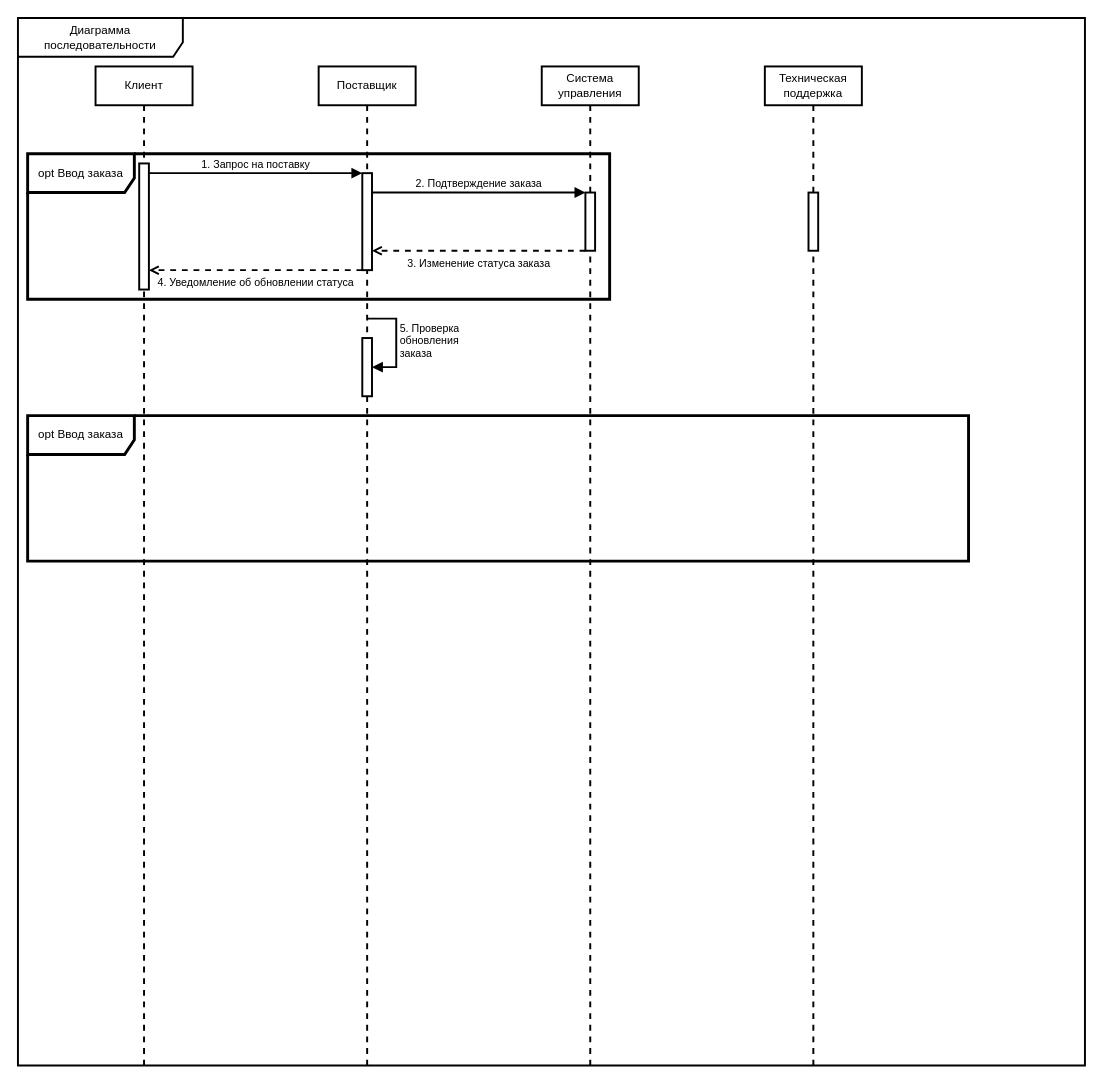
Before: page "Page-1" (1 of 3) of 4.drawio in Helpmepleaseitishard/Aikms, a draw.io diagram. Source tidied: cells renumbered, new cells numbered last; positions are measured from the earlier drawing's top-left corner, leaving out a move shared by most shapes. Both pictures are drawn from the tidied source at 97%, with x=0, y=0 at pixel (17, 17).
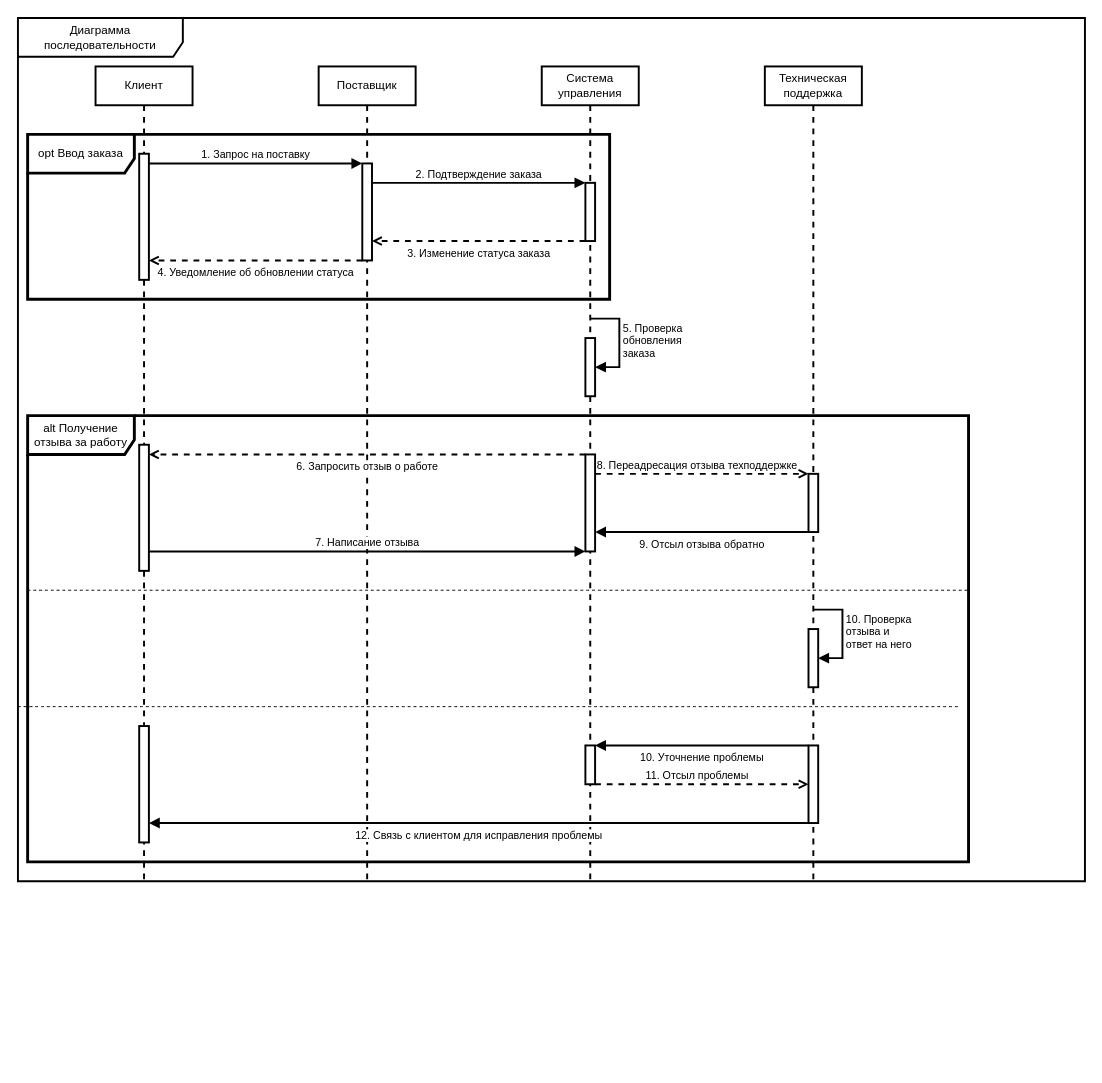
The same page after the edit.

Change to the diagram source:
```diff
@@
     <mxCell id="2" value="Диаграмма последовательности" style="shape=umlFrame;whiteSpace=wrap;html=1;width=170;height=40;strokeWidth=2;" parent="1" vertex="1">
-      <mxGeometry width="1100" height="1080" as="geometry" />
+      <mxGeometry width="1100" height="890" as="geometry" />
     </mxCell>
     <mxCell id="3" value="Клиент" style="shape=umlLifeline;perimeter=lifelinePerimeter;whiteSpace=wrap;html=1;newEdgeStyle={&quot;curved&quot;:0,&quot;rounded&quot;:0};strokeWidth=2;" parent="1" vertex="1">
-      <mxGeometry x="80" y="50" width="100" height="1030" as="geometry" />
+      <mxGeometry x="80" y="50" width="100" height="840" as="geometry" />
     </mxCell>
     <mxCell id="4" style="html=1;points=[[0,0,0,0,5],[0,1,0,0,-5],[1,0,0,0,5],[1,1,0,0,-5]];perimeter=orthogonalPerimeter;outlineConnect=0;targetShapes=umlLifeline;portConstraint=eastwest;newEdgeStyle={&quot;curved&quot;:0,&quot;rounded&quot;:0};strokeWidth=2;" parent="3" vertex="1">
-      <mxGeometry x="45" y="100" width="10" height="130" as="geometry" />
+      <mxGeometry x="45" y="90" width="10" height="130" as="geometry" />
     </mxCell>
     <mxCell id="5" value="Поставщик" style="shape=umlLifeline;perimeter=lifelinePerimeter;whiteSpace=wrap;html=1;newEdgeStyle={&quot;curved&quot;:0,&quot;rounded&quot;:0};strokeWidth=2;" parent="1" vertex="1">
-      <mxGeometry x="310" y="50" width="100" height="1030" as="geometry" />
+      <mxGeometry x="310" y="50" width="100" height="840" as="geometry" />
     </mxCell>
-    <mxCell id="6" style="html=1;points=[[0,0,0,0,5],[0,1,0,0,-5],[1,0,0,0,5],[1,1,0,0,-5]];perimeter=orthogonalPerimeter;outlineConnect=0;targetShapes=umlLifeline;portConstraint=eastwest;newEdgeStyle={&quot;curved&quot;:0,&quot;rounded&quot;:0};strokeWidth=2;" parent="5" vertex="1">
-      <mxGeometry x="45" y="110" width="10" height="100" as="geometry" />
-    </mxCell>
+    <mxCell id="9" value="Система управления" style="shape=umlLifeline;perimeter=lifelinePerimeter;whiteSpace=wrap;html=1;newEdgeStyle={&quot;curved&quot;:0,&quot;rounded&quot;:0};strokeWidth=2;" parent="1" vertex="1">
+      <mxGeometry x="540" y="50" width="100" height="840" as="geometry" />
+    </mxCell>
+    <mxCell id="10" style="html=1;points=[[0,0,0,0,5],[0,1,0,0,-5],[1,0,0,0,5],[1,1,0,0,-5]];perimeter=orthogonalPerimeter;outlineConnect=0;targetShapes=umlLifeline;portConstraint=eastwest;newEdgeStyle={&quot;curved&quot;:0,&quot;rounded&quot;:0};strokeWidth=2;" parent="9" vertex="1">
+      <mxGeometry x="45" y="120" width="10" height="60" as="geometry" />
+    </mxCell>
-    <mxCell id="7" style="html=1;points=[[0,0,0,0,5],[0,1,0,0,-5],[1,0,0,0,5],[1,1,0,0,-5]];perimeter=orthogonalPerimeter;outlineConnect=0;targetShapes=umlLifeline;portConstraint=eastwest;newEdgeStyle={&quot;curved&quot;:0,&quot;rounded&quot;:0};strokeWidth=2;" parent="5" vertex="1">
+    <mxCell id="7" style="html=1;points=[[0,0,0,0,5],[0,1,0,0,-5],[1,0,0,0,5],[1,1,0,0,-5]];perimeter=orthogonalPerimeter;outlineConnect=0;targetShapes=umlLifeline;portConstraint=eastwest;newEdgeStyle={&quot;curved&quot;:0,&quot;rounded&quot;:0};strokeWidth=2;" parent="9" vertex="1">
       <mxGeometry x="45" y="280" width="10" height="60" as="geometry" />
     </mxCell>
-    <mxCell id="8" value="&lt;div&gt;5. Проверка&lt;/div&gt;&lt;div&gt;обновления&lt;/div&gt;&lt;div&gt;заказа&lt;br&gt;&lt;/div&gt;" style="html=1;align=left;spacingLeft=2;endArrow=block;rounded=0;edgeStyle=orthogonalEdgeStyle;curved=0;rounded=0;strokeWidth=2;" parent="5" edge="1" target="7">
+    <mxCell id="8" value="&lt;div&gt;5. Проверка&lt;/div&gt;&lt;div&gt;обновления&lt;/div&gt;&lt;div&gt;заказа&lt;br&gt;&lt;/div&gt;" style="html=1;align=left;spacingLeft=2;endArrow=block;rounded=0;edgeStyle=orthogonalEdgeStyle;curved=0;rounded=0;strokeWidth=2;" parent="9" edge="1" target="7">
       <mxGeometry relative="1" as="geometry">
         <mxPoint x="50" y="260" as="sourcePoint" />
         <Array as="points">
           <mxPoint x="80" y="260" />
           <mxPoint x="80" y="310" />
         </Array>
       </mxGeometry>
     </mxCell>
-    <mxCell id="9" value="Система управления" style="shape=umlLifeline;perimeter=lifelinePerimeter;whiteSpace=wrap;html=1;newEdgeStyle={&quot;curved&quot;:0,&quot;rounded&quot;:0};strokeWidth=2;" parent="1" vertex="1">
-      <mxGeometry x="540" y="50" width="100" height="1030" as="geometry" />
-    </mxCell>
-    <mxCell id="10" style="html=1;points=[[0,0,0,0,5],[0,1,0,0,-5],[1,0,0,0,5],[1,1,0,0,-5]];perimeter=orthogonalPerimeter;outlineConnect=0;targetShapes=umlLifeline;portConstraint=eastwest;newEdgeStyle={&quot;curved&quot;:0,&quot;rounded&quot;:0};strokeWidth=2;" parent="9" vertex="1">
-      <mxGeometry x="45" y="130" width="10" height="60" as="geometry" />
-    </mxCell>
+    <mxCell id="19" style="html=1;perimeter=orthogonalPerimeter;targetShapes=umlLifeline;newEdgeStyle={&quot;curved&quot;:0,&quot;rounded&quot;:0};strokeWidth=2;" parent="9" vertex="1">
+      <mxGeometry x="-415" y="390" width="10" height="130" as="geometry" />
+    </mxCell>
+    <mxCell id="20" style="html=1;points=[[0,0,0,0,5],[0,1,0,0,-5],[1,0,0,0,5],[1,1,0,0,-5]];perimeter=orthogonalPerimeter;outlineConnect=0;targetShapes=umlLifeline;portConstraint=eastwest;newEdgeStyle={&quot;curved&quot;:0,&quot;rounded&quot;:0};strokeWidth=2;" parent="9" vertex="1">
+      <mxGeometry x="45" y="400" width="10" height="100" as="geometry" />
+    </mxCell>
     <mxCell id="11" value="2. Подтверждение заказа" style="html=1;verticalAlign=bottom;endArrow=block;curved=0;rounded=0;strokeWidth=2;" parent="1" edge="1" source="6" target="10">
       <mxGeometry relative="1" as="geometry">
         <Array as="points">
-          <mxPoint x="430" y="180" />
+          <mxPoint x="430" y="170" />
         </Array>
       </mxGeometry>
     </mxCell>
     <mxCell id="12" value="4. Уведомление об обновлении статуса" style="html=1;verticalAlign=top;endArrow=open;curved=0;rounded=0;strokeWidth=2;dashed=1;endFill=0;" parent="1" edge="1" source="6" target="4">
       <mxGeometry relative="1" as="geometry">
         <Array as="points">
-          <mxPoint x="241" y="260" />
+          <mxPoint x="241" y="250" />
         </Array>
       </mxGeometry>
     </mxCell>
     <mxCell id="13" value="1. Запрос на поставку" style="html=1;verticalAlign=bottom;endArrow=block;curved=0;rounded=0;strokeWidth=2;" parent="1" edge="1" source="4" target="6">
       <mxGeometry relative="1" as="geometry">
         <Array as="points">
-          <mxPoint x="260" y="160" />
+          <mxPoint x="260" y="150" />
         </Array>
       </mxGeometry>
     </mxCell>
     <mxCell id="14" value="3. Изменение статуса заказа" style="html=1;verticalAlign=top;endArrow=open;curved=0;rounded=0;strokeWidth=2;dashed=1;endFill=0;" parent="1" edge="1" source="10" target="6">
       <mxGeometry relative="1" as="geometry">
         <Array as="points">
-          <mxPoint x="460" y="240" />
+          <mxPoint x="460" y="230" />
         </Array>
       </mxGeometry>
     </mxCell>
     <mxCell id="15" value="opt Ввод заказа" style="shape=umlFrame;whiteSpace=wrap;html=1;strokeWidth=3;width=110;height=40;" parent="1" vertex="1">
-      <mxGeometry x="10" y="140" width="600" height="150" as="geometry" />
+      <mxGeometry x="10" y="120" width="600" height="170" as="geometry" />
     </mxCell>
-    <mxCell id="16" value="opt Ввод заказа" style="shape=umlFrame;whiteSpace=wrap;html=1;strokeWidth=3;width=110;height=40;" parent="1" vertex="1">
-      <mxGeometry x="10" y="410" width="970" height="150" as="geometry" />
+    <mxCell id="16" value="alt Получение отзыва за работу" style="shape=umlFrame;whiteSpace=wrap;html=1;strokeWidth=3;width=110;height=40;" parent="1" vertex="1">
+      <mxGeometry x="10" y="410" width="970" height="460" as="geometry" />
     </mxCell>
     <mxCell id="17" value="Техническая поддержка" style="shape=umlLifeline;perimeter=lifelinePerimeter;whiteSpace=wrap;html=1;newEdgeStyle={&quot;curved&quot;:0,&quot;rounded&quot;:0};strokeWidth=2;" parent="1" vertex="1">
-      <mxGeometry x="770" y="50" width="100" height="1030" as="geometry" />
+      <mxGeometry x="770" y="50" width="100" height="840" as="geometry" />
     </mxCell>
-    <mxCell id="18" style="html=1;points=[[0,0,0,0,5],[0,1,0,0,-5],[1,0,0,0,5],[1,1,0,0,-5]];perimeter=orthogonalPerimeter;outlineConnect=0;targetShapes=umlLifeline;portConstraint=eastwest;newEdgeStyle={&quot;curved&quot;:0,&quot;rounded&quot;:0};strokeWidth=2;" parent="17" vertex="1">
-      <mxGeometry x="45" y="130" width="10" height="60" as="geometry" />
+    <mxCell id="18" style="html=1;points=[[0,0,0,0,5],[0,1,0,0,-5],[1,0,0,0,5],[1,1,0,0,-5]];perimeter=orthogonalPerimeter;outlineConnect=0;targetShapes=umlLifeline;portConstraint=eastwest;newEdgeStyle={&quot;curved&quot;:0,&quot;rounded&quot;:0};strokeWidth=2;" parent="1" vertex="1">
+      <mxGeometry x="815" y="470" width="10" height="60" as="geometry" />
     </mxCell>
+    <mxCell id="6" style="html=1;points=[[0,0,0,0,5],[0,1,0,0,-5],[1,0,0,0,5],[1,1,0,0,-5]];perimeter=orthogonalPerimeter;outlineConnect=0;targetShapes=umlLifeline;portConstraint=eastwest;newEdgeStyle={&quot;curved&quot;:0,&quot;rounded&quot;:0};strokeWidth=2;" parent="1" vertex="1">
+      <mxGeometry x="355" y="150" width="10" height="100" as="geometry" />
+    </mxCell>
+    <mxCell id="21" style="html=1;points=[[0,0,0,0,5],[0,1,0,0,-5],[1,0,0,0,5],[1,1,0,0,-5]];perimeter=orthogonalPerimeter;outlineConnect=0;targetShapes=umlLifeline;portConstraint=eastwest;newEdgeStyle={&quot;curved&quot;:0,&quot;rounded&quot;:0};strokeWidth=2;" parent="1" vertex="1">
+      <mxGeometry x="815" y="630" width="10" height="60" as="geometry" />
+    </mxCell>
+    <mxCell id="22" value="&lt;div&gt;10. Проверка&amp;nbsp;&lt;/div&gt;&lt;div&gt;отзыва и &lt;br&gt;&lt;/div&gt;&lt;div&gt;ответ на него&lt;br&gt;&lt;/div&gt;" style="html=1;align=left;spacingLeft=2;endArrow=block;rounded=0;edgeStyle=orthogonalEdgeStyle;curved=0;rounded=0;strokeWidth=2;" parent="1" edge="1" target="21">
+      <mxGeometry relative="1" as="geometry">
+        <mxPoint x="820" y="610" as="sourcePoint" />
+        <Array as="points">
+          <mxPoint x="850" y="610" />
+          <mxPoint x="850" y="660" />
+        </Array>
+      </mxGeometry>
+    </mxCell>
+    <mxCell id="23" value="7. Написание отзыва" style="html=1;verticalAlign=bottom;endArrow=block;curved=0;rounded=0;strokeWidth=2;" parent="1" edge="1">
+      <mxGeometry relative="1" as="geometry">
+        <mxPoint x="135" y="550" as="sourcePoint" />
+        <mxPoint x="585" y="550" as="targetPoint" />
+        <Array as="points">
+          <mxPoint x="260" y="550" />
+        </Array>
+      </mxGeometry>
+    </mxCell>
+    <mxCell id="24" value="6. Запросить отзыв о работе" style="html=1;verticalAlign=top;endArrow=open;curved=0;rounded=0;strokeWidth=2;dashed=1;endFill=0;" parent="1" edge="1">
+      <mxGeometry relative="1" as="geometry">
+        <mxPoint x="585" y="450" as="sourcePoint" />
+        <mxPoint x="135" y="450" as="targetPoint" />
+        <Array as="points">
+          <mxPoint x="241" y="450" />
+        </Array>
+      </mxGeometry>
+    </mxCell>
+    <mxCell id="25" style="endArrow=none;dashed=1;html=1;rounded=0;fontSize=12;startSize=8;endSize=8;curved=1;" parent="1" edge="1">
+      <mxGeometry relative="1" as="geometry">
+        <mxPoint x="10" y="590" as="sourcePoint" />
+        <mxPoint x="980" y="590" as="targetPoint" />
+      </mxGeometry>
+    </mxCell>
+    <mxCell id="26" style="endArrow=none;dashed=1;html=1;rounded=0;fontSize=12;startSize=8;endSize=8;curved=1;" parent="1" edge="1">
+      <mxGeometry relative="1" as="geometry">
+        <mxPoint y="710" as="sourcePoint" />
+        <mxPoint x="970" y="710" as="targetPoint" />
+      </mxGeometry>
+    </mxCell>
+    <mxCell id="27" value="8. Переадресация отзыва техподдержке" style="html=1;verticalAlign=bottom;endArrow=open;curved=0;rounded=0;strokeWidth=2;dashed=1;endFill=0;" parent="1" edge="1" source="20" target="18">
+      <mxGeometry x="-0.05" relative="1" as="geometry">
+        <Array as="points">
+          <mxPoint x="660" y="470" />
+        </Array>
+      </mxGeometry>
+    </mxCell>
+    <mxCell id="28" value="9. Отсыл отзыва обратно" style="html=1;verticalAlign=top;endArrow=block;curved=0;rounded=0;strokeWidth=2;endFill=1;" parent="1" edge="1">
+      <mxGeometry relative="1" as="geometry">
+        <mxPoint x="815" y="530" as="sourcePoint" />
+        <mxPoint x="595" y="530" as="targetPoint" />
+        <Array as="points">
+          <mxPoint x="685" y="530" />
+        </Array>
+      </mxGeometry>
+    </mxCell>
+    <mxCell id="29" style="html=1;points=[[0,0,0,0,5],[0,1,0,0,-5],[1,0,0,0,5],[1,1,0,0,-5]];perimeter=orthogonalPerimeter;outlineConnect=0;targetShapes=umlLifeline;portConstraint=eastwest;newEdgeStyle={&quot;curved&quot;:0,&quot;rounded&quot;:0};strokeWidth=2;" parent="1" vertex="1">
+      <mxGeometry x="125" y="730" width="10" height="120" as="geometry" />
+    </mxCell>
+    <mxCell id="30" style="html=1;perimeter=orthogonalPerimeter;targetShapes=umlLifeline;newEdgeStyle={&quot;curved&quot;:0,&quot;rounded&quot;:0};strokeWidth=2;" parent="1" vertex="1">
+      <mxGeometry x="585" y="750" width="10" height="40" as="geometry" />
+    </mxCell>
+    <mxCell id="31" style="html=1;perimeter=orthogonalPerimeter;targetShapes=umlLifeline;newEdgeStyle={&quot;curved&quot;:0,&quot;rounded&quot;:0};strokeWidth=2;" parent="1" vertex="1">
+      <mxGeometry x="815" y="750" width="10" height="80" as="geometry" />
+    </mxCell>
+    <mxCell id="32" value="12. Связь с клиентом для исправления проблемы" style="html=1;verticalAlign=top;endArrow=block;curved=0;rounded=0;strokeWidth=2;endFill=1;" parent="1" edge="1" target="29">
+      <mxGeometry relative="1" as="geometry">
+        <mxPoint x="815" y="830" as="sourcePoint" />
+        <Array as="points">
+          <mxPoint x="685" y="830" />
+        </Array>
+      </mxGeometry>
+    </mxCell>
+    <mxCell id="33" value="10. Уточнение проблемы" style="html=1;verticalAlign=top;endArrow=block;curved=0;rounded=0;strokeWidth=2;endFill=1;" parent="1" edge="1">
+      <mxGeometry relative="1" as="geometry">
+        <mxPoint x="815" y="750" as="sourcePoint" />
+        <mxPoint x="595" y="750" as="targetPoint" />
+        <Array as="points">
+          <mxPoint x="685" y="750" />
+        </Array>
+      </mxGeometry>
+    </mxCell>
+    <mxCell id="34" value="11. Отсыл проблемы" style="html=1;verticalAlign=bottom;endArrow=open;curved=0;rounded=0;strokeWidth=2;dashed=1;endFill=0;" parent="1" edge="1">
+      <mxGeometry x="-0.05" relative="1" as="geometry">
+        <mxPoint x="595" y="790" as="sourcePoint" />
+        <mxPoint x="815" y="790" as="targetPoint" />
+        <Array as="points">
+          <mxPoint x="660" y="790" />
+        </Array>
+      </mxGeometry>
+    </mxCell>
```
